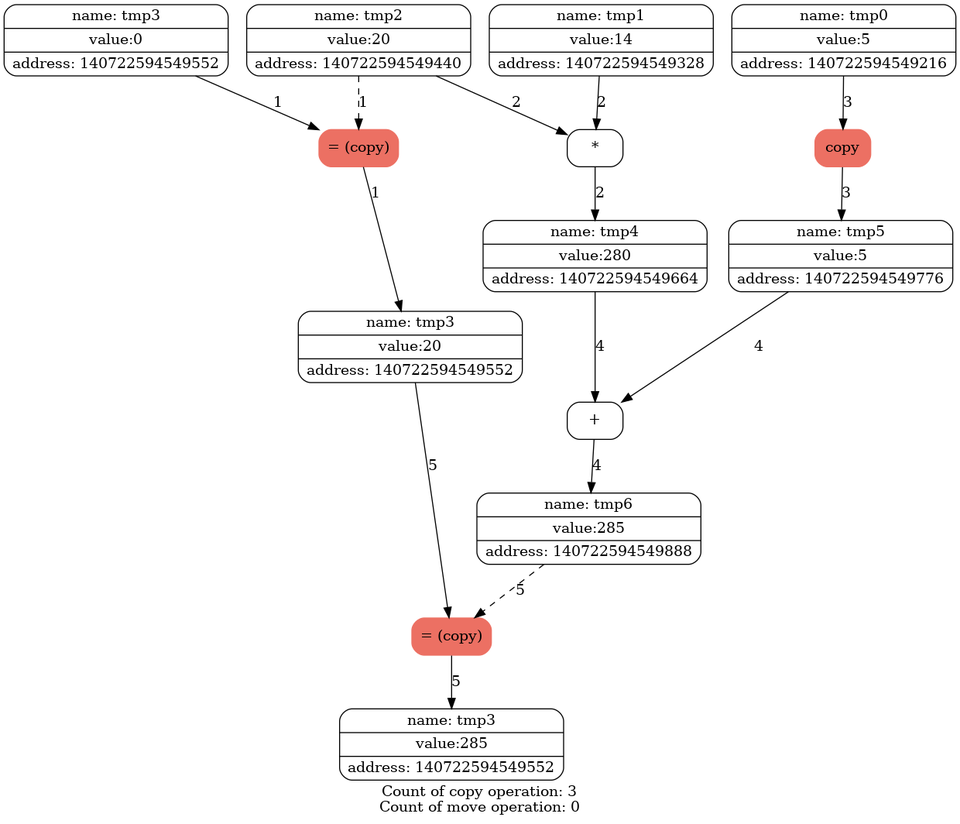
The Graphviz diagram diagrams/graph_naked.png in levasemin/Move_Semantic, before a commit. Its source is kept beside it as diagrams/graph_naked.dot.
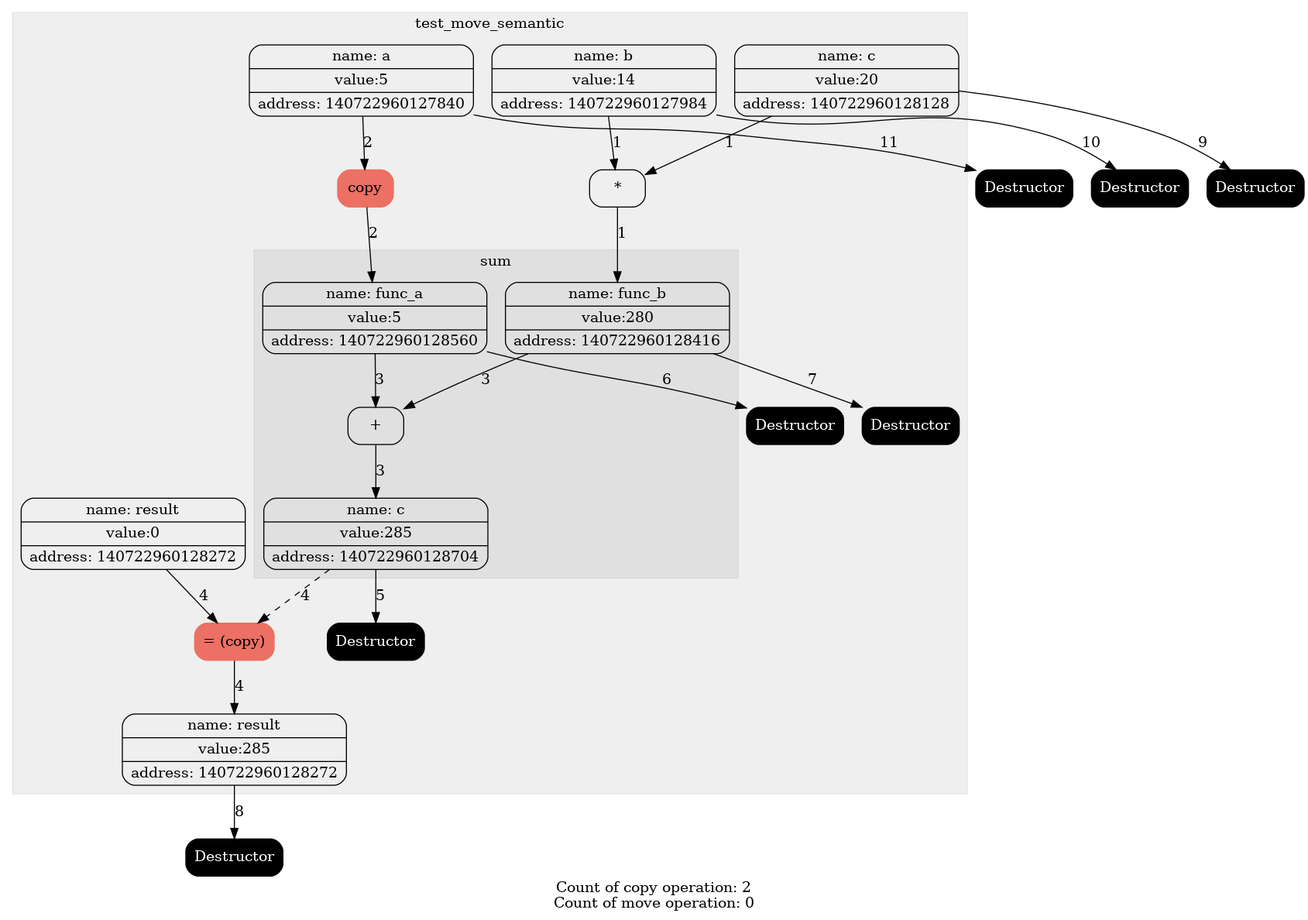
Above is the later version.

The edit, as a diff of the source:
```diff
@@ -2,33 +2,59 @@
 trankdir=HR;
 node[shape=Mrecord];
 
-1[label="{ {name: tmp0} | {value:5} | {address: 140722594549216}} " color=""style=""];
-2[label="{ {name: tmp1} | {value:14} | {address: 140722594549328}} " color=""style=""];
-3[label="{ {name: tmp2} | {value:20} | {address: 140722594549440}} " color=""style=""];
-4[label="{ {name: tmp3} | {value:0} | {address: 140722594549552}} " color=""style=""];
-5[label="= (copy)" color = "#EC7063" style = "filled"];
-edge[style = "" color = ""label = "1"]4->5;
-edge[style = "dashed" color = ""label = "1"]3->5;
-6[label="{ {name: tmp3} | {value:20} | {address: 140722594549552}} " color=""style=""];
-edge[style = "" color = ""label = "1"]5->6;
-7[label="*" color = "" style = ""];
-edge[style = "" color = ""label = "2"]2->7;
-edge[style = "" color = ""label = "2"]3->7;
-8[label="{ {name: tmp4} | {value:280} | {address: 140722594549664}} " color=""style=""];
-edge[style = "" color = ""label = "2"]7->8;
-9[label="copy" color = "#EC7063" style = "filled"];
-edge[style = "" color = ""label = "3"]1->9;
-10[label="{ {name: tmp5} | {value:5} | {address: 140722594549776}} " color=""style=""];
-edge[style = "" color = ""label = "3"]9->10;
-11[label="+" color = "" style = ""];
-edge[style = "" color = ""label = "4"]10->11;
-edge[style = "" color = ""label = "4"]8->11;
-12[label="{ {name: tmp6} | {value:285} | {address: 140722594549888}} " color=""style=""];
-edge[style = "" color = ""label = "4"]11->12;
-13[label="= (copy)" color = "#EC7063" style = "filled"];
-edge[style = "" color = ""label = "5"]6->13;
-edge[style = "dashed" color = ""label = "5"]12->13;
-14[label="{ {name: tmp3} | {value:285} | {address: 140722594549552}} " color=""style=""];
-edge[style = "" color = ""label = "5"]13->14;
-label="Count of copy operation: 3
+subgraph "cluster_0" {
+label = test_move_semantic;
+style= filled
+color = "#00000010";
+1[label="{ {name: tmp0} | {value:5} | {address: 140722960127840}} " color=""style=""fontcolor=""];
+1[label="{ {name: a} | {value:5} | {address: 140722960127840}} " color=""style=""fontcolor=""];
+2[label="{ {name: tmp1} | {value:14} | {address: 140722960127984}} " color=""style=""fontcolor=""];
+2[label="{ {name: b} | {value:14} | {address: 140722960127984}} " color=""style=""fontcolor=""];
+3[label="{ {name: tmp2} | {value:20} | {address: 140722960128128}} " color=""style=""fontcolor=""];
+3[label="{ {name: c} | {value:20} | {address: 140722960128128}} " color=""style=""fontcolor=""];
+4[label="{ {name: tmp3} | {value:0} | {address: 140722960128272}} " color=""style=""fontcolor=""];
+4[label="{ {name: result} | {value:0} | {address: 140722960128272}} " color=""style=""fontcolor=""];
+5[label="*" color = "" style = ""fontcolor =""];
+edge[style = "" color = ""label = "1"fontcolor =""]2->5;
+edge[style = "" color = ""label = "1"fontcolor =""]3->5;
+6[label="{ {name: tmp4} | {value:280} | {address: 140722960128416}} " color=""style=""fontcolor=""];
+edge[style = "" color = ""label = "1"fontcolor =""]5->6;
+7[label="copy" color = "#EC7063" style = "filled"fontcolor =""];
+edge[style = "" color = ""label = "2"fontcolor =""]1->7;
+8[label="{ {name: tmp5} | {value:5} | {address: 140722960128560}} " color=""style=""fontcolor=""];
+edge[style = "" color = ""label = "2"fontcolor =""]7->8;
+subgraph "cluster_1" {
+label = sum;
+style= filled
+color = "#00000010";
+8[label="{ {name: func_a} | {value:5} | {address: 140722960128560}} " color=""style=""fontcolor=""];
+6[label="{ {name: func_b} | {value:280} | {address: 140722960128416}} " color=""style=""fontcolor=""];
+9[label="+" color = "" style = ""fontcolor =""];
+edge[style = "" color = ""label = "3"fontcolor =""]8->9;
+edge[style = "" color = ""label = "3"fontcolor =""]6->9;
+10[label="{ {name: tmp6} | {value:285} | {address: 140722960128704}} " color=""style=""fontcolor=""];
+edge[style = "" color = ""label = "3"fontcolor =""]9->10;
+10[label="{ {name: c} | {value:285} | {address: 140722960128704}} " color=""style=""fontcolor=""];
+}
+11[label="= (copy)" color = "#EC7063" style = "filled"fontcolor =""];
+edge[style = "" color = ""label = "4"fontcolor =""]4->11;
+edge[style = "dashed" color = ""label = "4"fontcolor =""]10->11;
+12[label="{ {name: result} | {value:285} | {address: 140722960128272}} " color=""style=""fontcolor=""];
+edge[style = "" color = ""label = "4"fontcolor =""]11->12;
+13[label="Destructor" color = "black" style = "filled"fontcolor ="white"];
+edge[style = "" color = ""label = "5"fontcolor =""]10->13;
+14[label="Destructor" color = "black" style = "filled"fontcolor ="white"];
+edge[style = "" color = ""label = "6"fontcolor =""]8->14;
+15[label="Destructor" color = "black" style = "filled"fontcolor ="white"];
+edge[style = "" color = ""label = "7"fontcolor =""]6->15;
+}
+16[label="Destructor" color = "black" style = "filled"fontcolor ="white"];
+edge[style = "" color = ""label = "8"fontcolor =""]12->16;
+17[label="Destructor" color = "black" style = "filled"fontcolor ="white"];
+edge[style = "" color = ""label = "9"fontcolor =""]3->17;
+18[label="Destructor" color = "black" style = "filled"fontcolor ="white"];
+edge[style = "" color = ""label = "10"fontcolor =""]2->18;
+19[label="Destructor" color = "black" style = "filled"fontcolor ="white"];
+edge[style = "" color = ""label = "11"fontcolor =""]1->19;
+label="Count of copy operation: 2
 Count of move operation: 0"}
```
